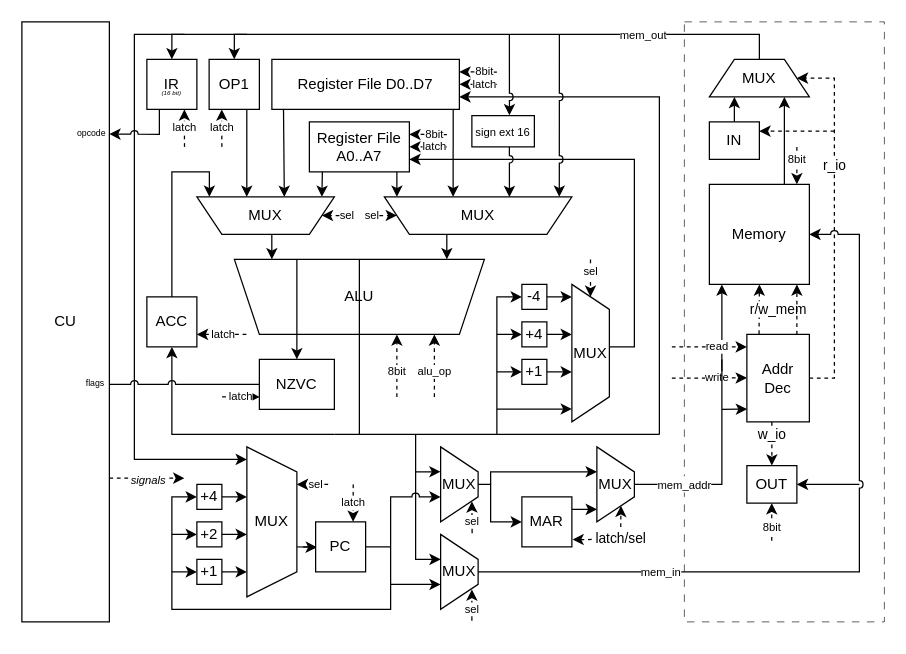
The draw.io diagram m68k.drawio in itmovalesnikov/ak3-scheme, before the edit. Source tidied: cells renumbered, new cells numbered last; positions are measured from the earlier drawing's top-left corner, leaving out a move shared by most shapes. Both pictures are drawn from the tidied source at 125%, with x=0, y=0 at pixel (21, 21).
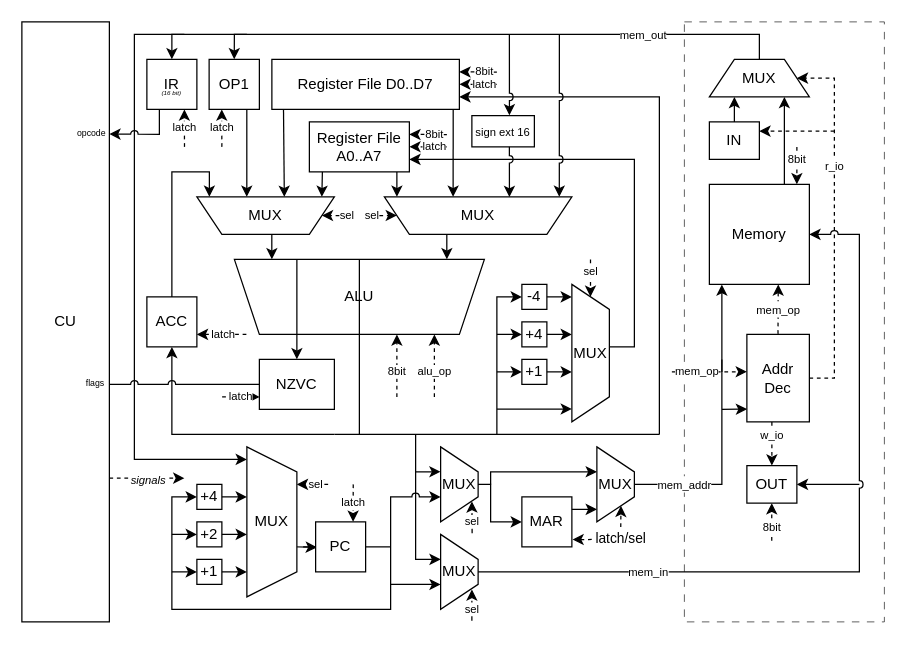
The same page after the edit.

Commit message (it also covers changes not shown here):
fix mem signals

Unchanged cells that the change refers to:
```xml
<mxCell id="89" value="Addr&lt;div&gt;Dec&lt;/div&gt;" style="rounded=0;whiteSpace=wrap;html=1;" parent="1" vertex="1">
  <mxGeometry x="580" y="250" width="50" height="70" as="geometry" />
</mxCell>
<mxCell id="90" value="MUX" style="shape=trapezoid;perimeter=trapezoidPerimeter;whiteSpace=wrap;html=1;fixedSize=1;flipV=0;legacyAnchorPoints=0;" parent="1" vertex="1">
  <mxGeometry x="550" y="30" width="80" height="30" as="geometry" />
</mxCell>
<mxCell id="91" value="Memory" style="rounded=0;whiteSpace=wrap;html=1;" parent="1" vertex="1">
  <mxGeometry x="550" y="130" width="80" height="80" as="geometry" />
</mxCell>
<mxCell id="96" value="OUT" style="rounded=0;whiteSpace=wrap;html=1;" parent="1" vertex="1">
  <mxGeometry x="580" y="355" width="40" height="30" as="geometry" />
</mxCell>
<mxCell id="108" style="edgeStyle=orthogonalEdgeStyle;rounded=0;jettySize=auto;html=1;exitX=0.5;exitY=0;exitDx=0;exitDy=0;entryX=1;entryY=0.5;entryDx=0;entryDy=0;jumpStyle=arc;" parent="1" edge="1" source="78" target="91">
  <mxGeometry relative="1" as="geometry">
    <Array as="points">
      <mxPoint x="670" y="440" />
      <mxPoint x="670" y="170" />
    </Array>
  </mxGeometry>
</mxCell>
```

What changed in the source:
```diff
@@
+    <mxCell id="104" style="rounded=0;whiteSpace=wrap;html=1;fillColor=none;dashed=1;dashPattern=12 12;strokeWidth=0.5;" parent="1" vertex="1">
+      <mxGeometry x="530" width="160" height="480" as="geometry" />
+    </mxCell>
@@
-    <mxCell id="97" value="w_io" style="endArrow=classic;html=1;rounded=0;entryX=0.5;entryY=0;entryDx=0;entryDy=0;exitX=0.4;exitY=1;exitDx=0;exitDy=0;exitPerimeter=0;dashed=1;" parent="1" edge="1" source="89" target="96">
+    <mxCell id="97" value="&lt;font style=&quot;font-size: 9px;&quot;&gt;w_io&lt;/font&gt;" style="endArrow=classic;html=1;rounded=0;entryX=0.5;entryY=0;entryDx=0;entryDy=0;exitX=0.4;exitY=1;exitDx=0;exitDy=0;exitPerimeter=0;dashed=1;" parent="1" edge="1" source="89" target="96">
       <mxGeometry x="-0.43" relative="1" as="geometry" />
     </mxCell>
-    <mxCell id="98" value="r/w_mem" style="endArrow=classic;html=1;rounded=0;entryX=0.5;entryY=1;entryDx=0;entryDy=0;exitX=0.195;exitY=-0.005;exitDx=0;exitDy=0;exitPerimeter=0;dashed=1;" parent="1" edge="1" source="89" target="91">
-      <mxGeometry y="-15" relative="1" as="geometry" />
+    <mxCell id="98" value="&lt;font style=&quot;font-size: 9px;&quot;&gt;mem_op&lt;/font&gt;" style="endArrow=classic;html=1;rounded=0;entryX=0.5;entryY=1;entryDx=0;entryDy=0;exitX=0.195;exitY=-0.005;exitDx=0;exitDy=0;exitPerimeter=0;dashed=1;" parent="1" edge="1">
+      <mxGeometry x="-0.01" relative="1" as="geometry">
+        <mxPoint x="604.9" y="249.6" as="sourcePoint" />
+        <mxPoint x="605.1" y="210" as="targetPoint" />
+      </mxGeometry>
     </mxCell>
-    <mxCell id="99" style="endArrow=classic;html=1;rounded=0;entryX=0.5;entryY=1;entryDx=0;entryDy=0;exitX=0.195;exitY=-0.005;exitDx=0;exitDy=0;exitPerimeter=0;dashed=1;" parent="1" edge="1">
-      <mxGeometry y="-10" relative="1" as="geometry">
-        <mxPoint x="620" y="250" as="sourcePoint" />
-        <mxPoint x="620" y="210" as="targetPoint" />
-      </mxGeometry>
-    </mxCell>
-    <mxCell id="100" value="r_io" style="endArrow=classic;html=1;rounded=0;entryX=1;entryY=0.5;entryDx=0;entryDy=0;exitX=1;exitY=0.5;exitDx=0;exitDy=0;dashed=1;" parent="1" edge="1" source="89" target="90">
+    <mxCell id="100" value="&lt;font style=&quot;font-size: 9px;&quot;&gt;r_io&lt;/font&gt;" style="endArrow=classic;html=1;rounded=0;entryX=1;entryY=0.5;entryDx=0;entryDy=0;exitX=1;exitY=0.5;exitDx=0;exitDy=0;dashed=1;" parent="1" edge="1" source="89" target="90">
       <mxGeometry x="0.31" relative="1" as="geometry">
         <Array as="points">
           <mxPoint x="650" y="285" />
           <mxPoint x="650" y="45" />
         </Array>
       </mxGeometry>
     </mxCell>
@@
-    <mxCell id="104" style="rounded=0;whiteSpace=wrap;html=1;fillColor=none;dashed=1;dashPattern=12 12;strokeWidth=0.5;" parent="1" vertex="1">
-      <mxGeometry x="530" width="160" height="480" as="geometry" />
-    </mxCell>
-    <mxCell id="105" value="read" style="endArrow=classic;html=1;rounded=0;curved=0;strokeColor=default;jumpStyle=none;fixDash=0;dashed=1;fontSize=9;entryX=0;entryY=0.143;entryDx=0;entryDy=0;entryPerimeter=0;" parent="1" edge="1" target="89">
-      <mxGeometry x="0.2" relative="1" as="geometry">
-        <mxPoint x="520" y="260" as="sourcePoint" />
-      </mxGeometry>
-    </mxCell>
-    <mxCell id="106" value="write" style="endArrow=classic;html=1;rounded=0;curved=0;strokeColor=default;jumpStyle=none;fixDash=0;dashed=1;fontSize=9;" parent="1" edge="1">
-      <mxGeometry x="0.2" relative="1" as="geometry">
-        <mxPoint x="520" y="285" as="sourcePoint" />
-        <mxPoint x="580" y="284.8" as="targetPoint" />
-      </mxGeometry>
-    </mxCell>
@@
     <mxCell id="109" value="&lt;font style=&quot;font-size: 9px;&quot;&gt;mem_in&lt;/font&gt;" style="edgeLabel;html=1;align=center;verticalAlign=middle;" parent="108" vertex="1">
       <mxGeometry x="0.59" y="-1" relative="1" as="geometry">
-        <mxPoint x="-161" y="183" as="offset" />
+        <mxPoint x="-171" y="183" as="offset" />
       </mxGeometry>
     </mxCell>
@@
+    <mxCell id="106" value="mem_op" style="endArrow=classic;html=1;rounded=0;curved=0;strokeColor=default;jumpStyle=none;fixDash=0;dashed=1;fontSize=9;" parent="1" edge="1">
+      <mxGeometry x="-0.33" relative="1" as="geometry">
+        <mxPoint x="520" y="280" as="sourcePoint" />
+        <mxPoint x="580" y="279.9" as="targetPoint" />
+      </mxGeometry>
+    </mxCell>
```
